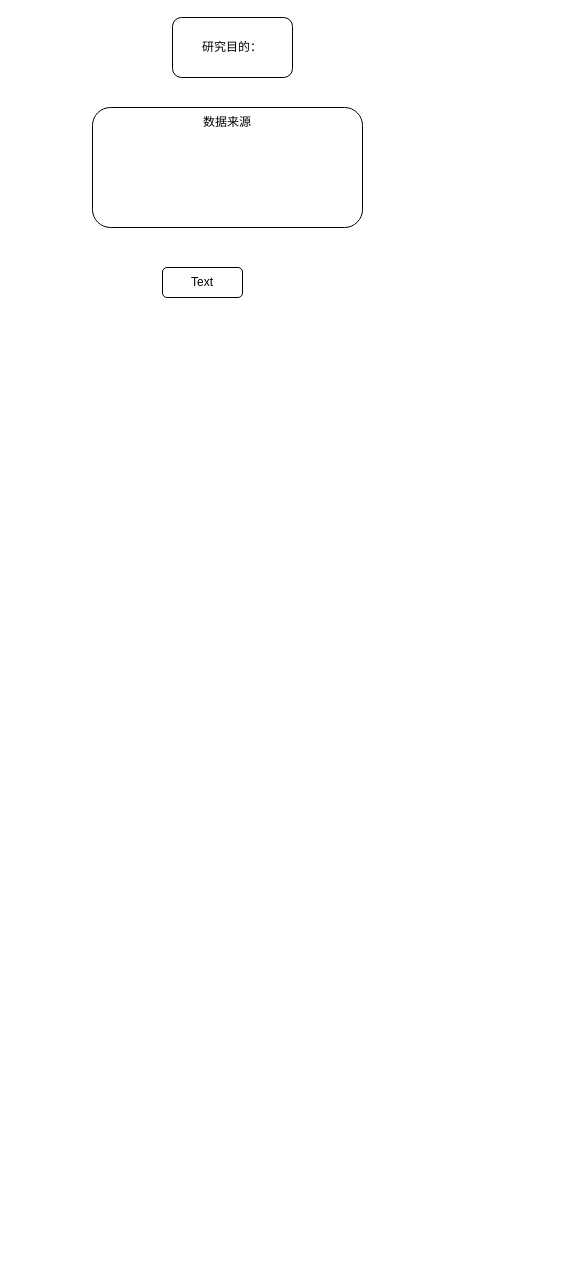
Above: 未命名绘图.drawio in ShiYufei0708/draw (draw.io), before the change. Source tidied: cells renumbered, new cells numbered last; positions are measured from the earlier drawing's top-left corner, leaving out a move shared by most shapes. Both pictures are drawn from the tidied source at 100%, with x=0, y=0 at pixel (92, 17).
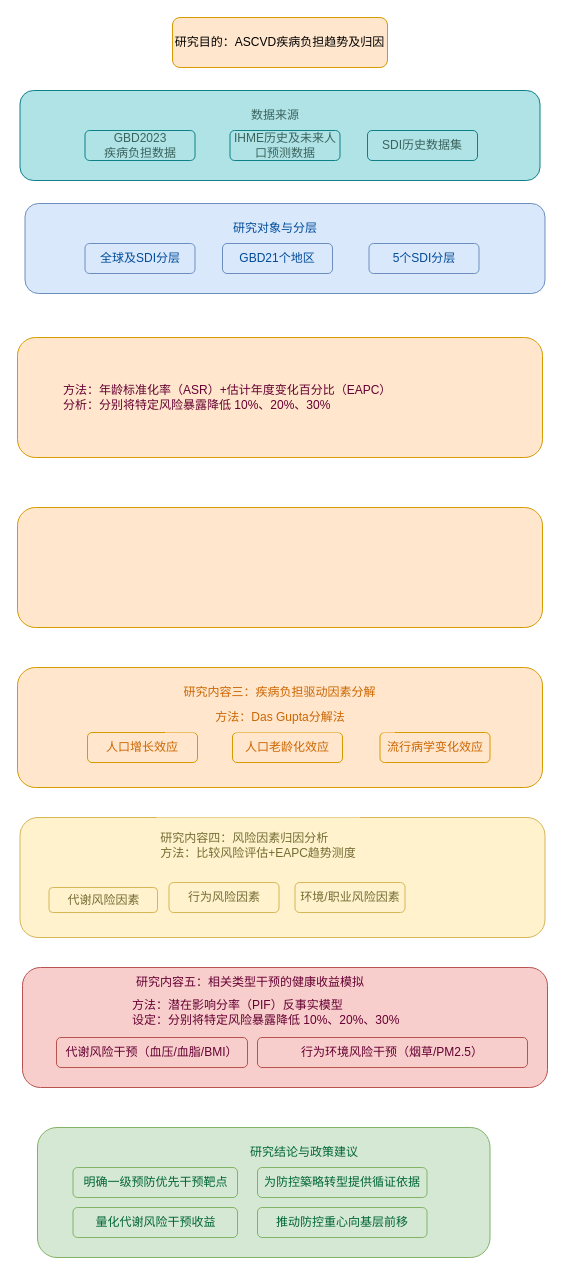
The same diagram, later.

Commit message:
技术路线图.drawio

What changed in the source:
```diff
@@
+    <mxCell id="9" style="rounded=1;whiteSpace=wrap;html=1;fillColor=#dae8fc;strokeColor=#6c8ebf;" parent="1" vertex="1">
+      <mxGeometry x="-67.5" y="186" width="520" height="90" as="geometry" />
+    </mxCell>
-    <mxCell id="2" value="研究目的：" style="rounded=1;whiteSpace=wrap;html=1;" parent="1" vertex="1">
-      <mxGeometry x="80" width="120" height="60" as="geometry" />
+    <mxCell id="2" value="研究目的：ASCVD疾病负担趋势及归因" style="rounded=1;whiteSpace=wrap;html=1;fillColor=#ffe6cc;strokeColor=#d79b00;" parent="1" vertex="1">
+      <mxGeometry x="80" width="215" height="50" as="geometry" />
     </mxCell>
-    <mxCell id="3" style="group;" parent="1" vertex="1">
-      <mxGeometry x="70" y="250" width="80" height="30" as="geometry" />
-    </mxCell>
-    <mxCell id="4" style="rounded=1;whiteSpace=wrap;html=1;" parent="3" vertex="1">
-      <mxGeometry width="80" height="30" as="geometry" />
-    </mxCell>
-    <mxCell id="5" value="Text" style="text;html=1;whiteSpace=wrap;strokeColor=none;fillColor=none;align=center;verticalAlign=middle;rounded=0;" parent="3" vertex="1">
-      <mxGeometry x="10" width="60" height="30" as="geometry" />
+    <mxCell id="5" value="&lt;span style=&quot;color: rgb(0, 76, 153);&quot;&gt;研究对象与分层&lt;/span&gt;" style="text;html=1;whiteSpace=wrap;strokeColor=none;fillColor=none;align=center;verticalAlign=middle;rounded=0;" parent="1" vertex="1">
+      <mxGeometry x="127.5" y="196" width="110" height="30" as="geometry" />
     </mxCell>
-    <mxCell id="6" style="group;" parent="1" vertex="1">
-      <mxGeometry y="90" width="270" height="120" as="geometry" />
-    </mxCell>
-    <mxCell id="7" style="rounded=1;whiteSpace=wrap;html=1;" parent="6" vertex="1">
-      <mxGeometry width="270" height="120" as="geometry" />
-    </mxCell>
+    <mxCell id="10" value="&lt;span style=&quot;color: rgb(0, 76, 153);&quot;&gt;5个SDI分层&lt;/span&gt;" style="rounded=1;whiteSpace=wrap;html=1;fillColor=#dae8fc;strokeColor=#6c8ebf;" parent="1" vertex="1">
+      <mxGeometry x="276.5" y="226" width="110" height="30" as="geometry" />
+    </mxCell>
+    <mxCell id="11" value="&lt;span style=&quot;color: rgb(0, 76, 153);&quot;&gt;GBD21个地区&lt;/span&gt;" style="rounded=1;whiteSpace=wrap;html=1;fillColor=#dae8fc;strokeColor=#6c8ebf;" parent="1" vertex="1">
+      <mxGeometry x="130" y="226" width="110" height="30" as="geometry" />
+    </mxCell>
+    <mxCell id="12" value="&lt;font color=&quot;#004c99&quot;&gt;&lt;span style=&quot;caret-color: rgb(0, 76, 153);&quot;&gt;全球及SDI分层&lt;/span&gt;&lt;/font&gt;" style="rounded=1;whiteSpace=wrap;html=1;fillColor=#dae8fc;strokeColor=#6c8ebf;" parent="1" vertex="1">
+      <mxGeometry x="-7.5" y="226" width="110" height="30" as="geometry" />
+    </mxCell>
+    <mxCell id="13" style="rounded=1;whiteSpace=wrap;html=1;fillColor=#b0e3e6;strokeColor=#0e8088;" parent="1" vertex="1">
+      <mxGeometry x="-72.5" y="73" width="520" height="90" as="geometry" />
+    </mxCell>
-    <mxCell id="8" value="数据来源" style="text;html=1;whiteSpace=wrap;strokeColor=none;fillColor=none;align=center;verticalAlign=middle;rounded=0;" parent="6" vertex="1">
-      <mxGeometry x="105" width="60" height="30" as="geometry" />
+    <mxCell id="8" value="数据来源" style="text;html=1;whiteSpace=wrap;strokeColor=none;fillColor=none;align=center;verticalAlign=middle;rounded=0;fontColor=#3B635D;" parent="1" vertex="1">
+      <mxGeometry x="127.5" y="83" width="110" height="30" as="geometry" />
     </mxCell>
+    <mxCell id="14" value="&lt;span style=&quot;caret-color: rgb(0, 0, 0);&quot;&gt;SDI历史数据集&lt;/span&gt;" style="rounded=1;whiteSpace=wrap;html=1;fillColor=#b0e3e6;strokeColor=#0e8088;fontColor=#3B635D;" parent="1" vertex="1">
+      <mxGeometry x="275" y="113" width="110" height="30" as="geometry" />
+    </mxCell>
+    <mxCell id="15" value="&lt;span style=&quot;caret-color: rgb(0, 0, 0);&quot;&gt;IHME历史及未来人口预测数据&lt;/span&gt;" style="rounded=1;whiteSpace=wrap;html=1;fillColor=#b0e3e6;strokeColor=#0e8088;fontColor=#3B635D;" parent="1" vertex="1">
+      <mxGeometry x="137.5" y="113" width="110" height="30" as="geometry" />
+    </mxCell>
+    <mxCell id="16" value="&lt;span style=&quot;caret-color: rgb(0, 0, 0);&quot;&gt;GBD2023&lt;/span&gt;&lt;div&gt;&lt;span style=&quot;caret-color: rgb(0, 0, 0);&quot;&gt;疾病负担数据&lt;/span&gt;&lt;br&gt;&lt;/div&gt;" style="rounded=1;whiteSpace=wrap;html=1;fillColor=#b0e3e6;strokeColor=#0e8088;fontColor=#3B635D;" parent="1" vertex="1">
+      <mxGeometry x="-7.5" y="113" width="110" height="30" as="geometry" />
+    </mxCell>
+    <mxCell id="17" style="rounded=1;whiteSpace=wrap;html=1;fillColor=#ffe6cc;strokeColor=#d79b00;fontColor=#CC6600;" parent="1" vertex="1">
+      <mxGeometry x="-75" y="650" width="525" height="120" as="geometry" />
+    </mxCell>
+    <mxCell id="18" value="&lt;font&gt;&lt;span style=&quot;caret-color: rgb(0, 76, 153);&quot;&gt;研究内容三：疾病负担驱动因素分解&lt;/span&gt;&lt;/font&gt;" style="text;html=1;whiteSpace=wrap;strokeColor=none;fillColor=#ffe6cc;align=center;verticalAlign=middle;rounded=0;fontColor=#CC6600;" parent="1" vertex="1">
+      <mxGeometry x="85" y="660" width="205" height="30" as="geometry" />
+    </mxCell>
+    <mxCell id="19" value="&lt;span style=&quot;&quot;&gt;流行病学变化效应&lt;/span&gt;" style="rounded=1;whiteSpace=wrap;html=1;fillColor=#ffe6cc;strokeColor=#d79b00;fontColor=#CC6600;" parent="1" vertex="1">
+      <mxGeometry x="287.5" y="715" width="110" height="30" as="geometry" />
+    </mxCell>
+    <mxCell id="20" value="&lt;span style=&quot;&quot;&gt;人口老龄化效应&lt;/span&gt;" style="rounded=1;whiteSpace=wrap;html=1;fillColor=#ffe6cc;strokeColor=#d79b00;fontColor=#CC6600;" parent="1" vertex="1">
+      <mxGeometry x="140" y="715" width="110" height="30" as="geometry" />
+    </mxCell>
+    <mxCell id="21" value="&lt;span style=&quot;&quot;&gt;人口增长效应&lt;/span&gt;" style="rounded=1;whiteSpace=wrap;html=1;fillColor=#ffe6cc;strokeColor=#d79b00;fontColor=#CC6600;" parent="1" vertex="1">
+      <mxGeometry x="-5" y="715" width="110" height="30" as="geometry" />
+    </mxCell>
+    <mxCell id="22" value="方法：Das Gupta分解法" style="text;html=1;whiteSpace=wrap;strokeColor=none;fillColor=#ffe6cc;align=center;verticalAlign=middle;rounded=0;fontColor=#CC6600;" parent="1" vertex="1">
+      <mxGeometry x="72.5" y="685" width="230" height="30" as="geometry" />
+    </mxCell>
+    <mxCell id="23" style="rounded=1;whiteSpace=wrap;html=1;fillColor=#fff2cc;strokeColor=#d6b656;fontColor=#736D34;" parent="1" vertex="1">
+      <mxGeometry x="-72.5" y="800" width="525" height="120" as="geometry" />
+    </mxCell>
+    <mxCell id="24" value="&lt;div style=&quot;text-align: left;&quot;&gt;&lt;span style=&quot;caret-color: rgb(0, 76, 153);&quot;&gt;研究内容四：风险因素归因分析&lt;/span&gt;&lt;/div&gt;&lt;div style=&quot;text-align: left;&quot;&gt;&lt;font&gt;&lt;span style=&quot;caret-color: rgb(0, 76, 153);&quot;&gt;&lt;span style=&quot;caret-color: rgb(115, 109, 52);&quot;&gt;方法：比较风险评估+EAPC趋势测度&lt;/span&gt;&lt;br&gt;&lt;/span&gt;&lt;/font&gt;&lt;/div&gt;" style="text;html=1;whiteSpace=wrap;strokeColor=none;fillColor=#fff2cc;align=center;verticalAlign=middle;rounded=0;fontColor=#736D34;" parent="1" vertex="1">
+      <mxGeometry x="64" y="800" width="203.5" height="55" as="geometry" />
+    </mxCell>
+    <mxCell id="25" value="环境/职业风险因素" style="rounded=1;whiteSpace=wrap;html=1;fillColor=#fff2cc;strokeColor=#d6b656;fontColor=#736D34;" parent="1" vertex="1">
+      <mxGeometry x="202.5" y="865" width="110" height="30" as="geometry" />
+    </mxCell>
+    <mxCell id="26" value="行为风险因素" style="rounded=1;whiteSpace=wrap;html=1;fillColor=#fff2cc;strokeColor=#d6b656;fontColor=#736D34;" parent="1" vertex="1">
+      <mxGeometry x="76.5" y="865" width="110" height="30" as="geometry" />
+    </mxCell>
+    <mxCell id="27" value="代谢风险因素" style="rounded=1;whiteSpace=wrap;html=1;fillColor=#fff2cc;strokeColor=#d6b656;fontColor=#736D34;" parent="1" vertex="1">
+      <mxGeometry x="-43.5" y="870" width="108.5" height="25" as="geometry" />
+    </mxCell>
+    <mxCell id="28" style="rounded=1;whiteSpace=wrap;html=1;fillColor=#f8cecc;strokeColor=#b85450;fontColor=#660033;" parent="1" vertex="1">
+      <mxGeometry x="-70" y="950" width="525" height="120" as="geometry" />
+    </mxCell>
+    <mxCell id="29" value="&lt;font&gt;&lt;span style=&quot;caret-color: rgb(0, 76, 153);&quot;&gt;研究内容五：相关类型干预的健康收益模拟&lt;/span&gt;&lt;/font&gt;" style="text;html=1;whiteSpace=wrap;strokeColor=none;fillColor=none;align=center;verticalAlign=middle;rounded=0;fontColor=#660033;" parent="1" vertex="1">
+      <mxGeometry x="37.5" y="950" width="240" height="30" as="geometry" />
+    </mxCell>
+    <mxCell id="30" value="行为环境风险干预（烟草/PM2.5）" style="rounded=1;whiteSpace=wrap;html=1;fillColor=#f8cecc;strokeColor=#b85450;fontColor=#660033;" parent="1" vertex="1">
+      <mxGeometry x="165" y="1020" width="270" height="30" as="geometry" />
+    </mxCell>
+    <mxCell id="31" value="代谢风险干预（血压/血脂/BMI）" style="rounded=1;whiteSpace=wrap;html=1;fillColor=#f8cecc;strokeColor=#b85450;fontColor=#660033;" parent="1" vertex="1">
+      <mxGeometry x="-36" y="1020" width="191" height="30" as="geometry" />
+    </mxCell>
+    <mxCell id="32" value="方法：潜在影响分率（PIF）反事实模型&amp;nbsp;&lt;div&gt;设定：分别将特定风险暴露降低 10%、20%、30%&lt;/div&gt;" style="text;html=1;whiteSpace=wrap;strokeColor=none;fillColor=none;align=left;verticalAlign=middle;rounded=0;fontColor=#660033;" parent="1" vertex="1">
+      <mxGeometry x="37.5" y="980" width="310" height="30" as="geometry" />
+    </mxCell>
+    <mxCell id="33" style="rounded=1;whiteSpace=wrap;html=1;fillColor=#d5e8d4;strokeColor=#82b366;fontColor=#006633;" parent="1" vertex="1">
+      <mxGeometry x="-55" y="1110" width="452.5" height="130" as="geometry" />
+    </mxCell>
+    <mxCell id="34" value="研究结论与政策建议" style="text;html=1;whiteSpace=wrap;strokeColor=none;fillColor=none;align=center;verticalAlign=middle;rounded=0;fontColor=#006633;" parent="1" vertex="1">
+      <mxGeometry x="156.5" y="1120" width="110" height="30" as="geometry" />
+    </mxCell>
+    <mxCell id="35" value="&lt;span style=&quot;caret-color: rgb(0, 0, 0);&quot;&gt;为防控築略转型提供循证依据&lt;/span&gt;" style="rounded=1;whiteSpace=wrap;html=1;fillColor=#d5e8d4;strokeColor=#82b366;fontColor=#006633;" parent="1" vertex="1">
+      <mxGeometry x="165" y="1150" width="169.5" height="30" as="geometry" />
+    </mxCell>
+    <mxCell id="36" value="&lt;div&gt;明确一级预防优先干预靶点&lt;br&gt;&lt;/div&gt;" style="rounded=1;whiteSpace=wrap;html=1;fillColor=#d5e8d4;strokeColor=#82b366;fontColor=#006633;" parent="1" vertex="1">
+      <mxGeometry x="-19.5" y="1150" width="164.5" height="30" as="geometry" />
+    </mxCell>
+    <mxCell id="37" value="&lt;div&gt;量化代谢风险干预收益&lt;br&gt;&lt;/div&gt;" style="rounded=1;whiteSpace=wrap;html=1;fillColor=#d5e8d4;strokeColor=#82b366;fontColor=#006633;" parent="1" vertex="1">
+      <mxGeometry x="-19.5" y="1190" width="164.5" height="30" as="geometry" />
+    </mxCell>
+    <mxCell id="38" value="&lt;span style=&quot;caret-color: rgb(0, 0, 0);&quot;&gt;推动防控重心向基层前移&lt;/span&gt;" style="rounded=1;whiteSpace=wrap;html=1;fillColor=#d5e8d4;strokeColor=#82b366;fontColor=#006633;" parent="1" vertex="1">
+      <mxGeometry x="165" y="1190" width="169.5" height="30" as="geometry" />
+    </mxCell>
+    <mxCell id="39" style="rounded=1;whiteSpace=wrap;html=1;fillColor=#ffe6cc;strokeColor=#d79b00;fontColor=#CC6600;labelBorderColor=default;labelBackgroundColor=default;" parent="1" vertex="1">
+      <mxGeometry x="-75" y="320" width="525" height="120" as="geometry" />
+    </mxCell>
+    <mxCell id="40" style="rounded=1;whiteSpace=wrap;html=1;fillColor=#ffe6cc;strokeColor=#d79b00;fontColor=#CC6600;" parent="1" vertex="1">
+      <mxGeometry x="-75" y="490" width="525" height="120" as="geometry" />
+    </mxCell>
+    <mxCell id="41" value="方法：年龄标准化率（ASR）+估计年度变化百分比（EAPC）&amp;nbsp;&lt;div&gt;分析：分别将特定风险暴露降低 10%、20%、30%&lt;/div&gt;" style="text;html=1;whiteSpace=wrap;strokeColor=none;fillColor=none;align=left;verticalAlign=middle;rounded=0;fontColor=#660033;" parent="1" vertex="1">
+      <mxGeometry x="-31" y="365" width="366" height="30" as="geometry" />
+    </mxCell>
```
